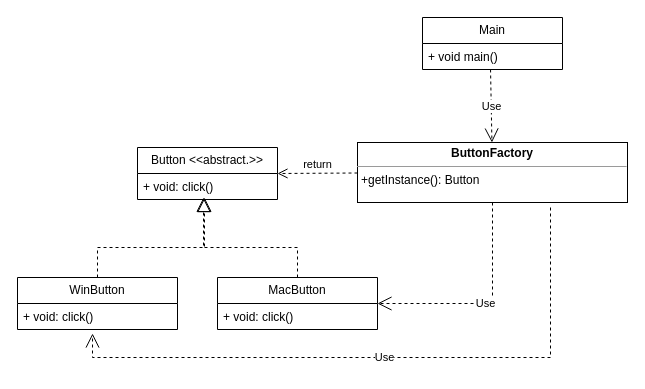
Earlier version of the draw.io diagram Creational/Factory/example3-uml.drawio (SubhamAshok/Design-Patterns). Source tidied: cells renumbered, new cells numbered last; positions are measured from the earlier drawing's top-left corner, leaving out a move shared by most shapes. Both pictures are drawn from the tidied source at 100%, with x=0, y=0 at pixel (17, 17).
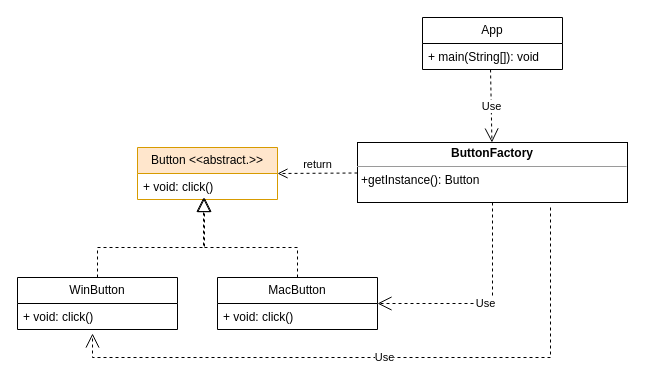
The same page after the edit.

Diff of the diagram source:
```diff
@@
-    <mxCell id="2" value="Button &amp;lt;&amp;lt;abstract.&amp;gt;&amp;gt;" style="swimlane;fontStyle=0;horizontal=1;startSize=26;fillColor=none;whiteSpace=wrap;html=1;" parent="1" vertex="1">
+    <mxCell id="2" value="Button &amp;lt;&amp;lt;abstract.&amp;gt;&amp;gt;" style="swimlane;fontStyle=0;horizontal=1;startSize=26;fillColor=#ffe6cc;whiteSpace=wrap;html=1;strokeColor=#d79b00;" parent="1" vertex="1">
       <mxGeometry x="120" y="130" width="140" height="52" as="geometry" />
     </mxCell>
@@
-    <mxCell id="11" value="Main" style="swimlane;fontStyle=0;horizontal=1;startSize=26;fillColor=none;whiteSpace=wrap;html=1;" parent="1" vertex="1">
+    <mxCell id="11" value="App" style="swimlane;fontStyle=0;horizontal=1;startSize=26;fillColor=none;whiteSpace=wrap;html=1;" parent="1" vertex="1">
       <mxGeometry x="405" width="140" height="52" as="geometry" />
     </mxCell>
-    <mxCell id="12" value="+ void main()" style="text;strokeColor=none;fillColor=none;align=left;verticalAlign=top;spacingLeft=4;spacingRight=4;overflow=hidden;points=[[0,0.5],[1,0.5]];portConstraint=eastwest;whiteSpace=wrap;html=1;" parent="11" vertex="1">
+    <mxCell id="12" value="+ main(String[]): void" style="text;strokeColor=none;fillColor=none;align=left;verticalAlign=top;spacingLeft=4;spacingRight=4;overflow=hidden;points=[[0,0.5],[1,0.5]];portConstraint=eastwest;whiteSpace=wrap;html=1;" parent="11" vertex="1">
       <mxGeometry y="26" width="140" height="26" as="geometry" />
     </mxCell>
```
